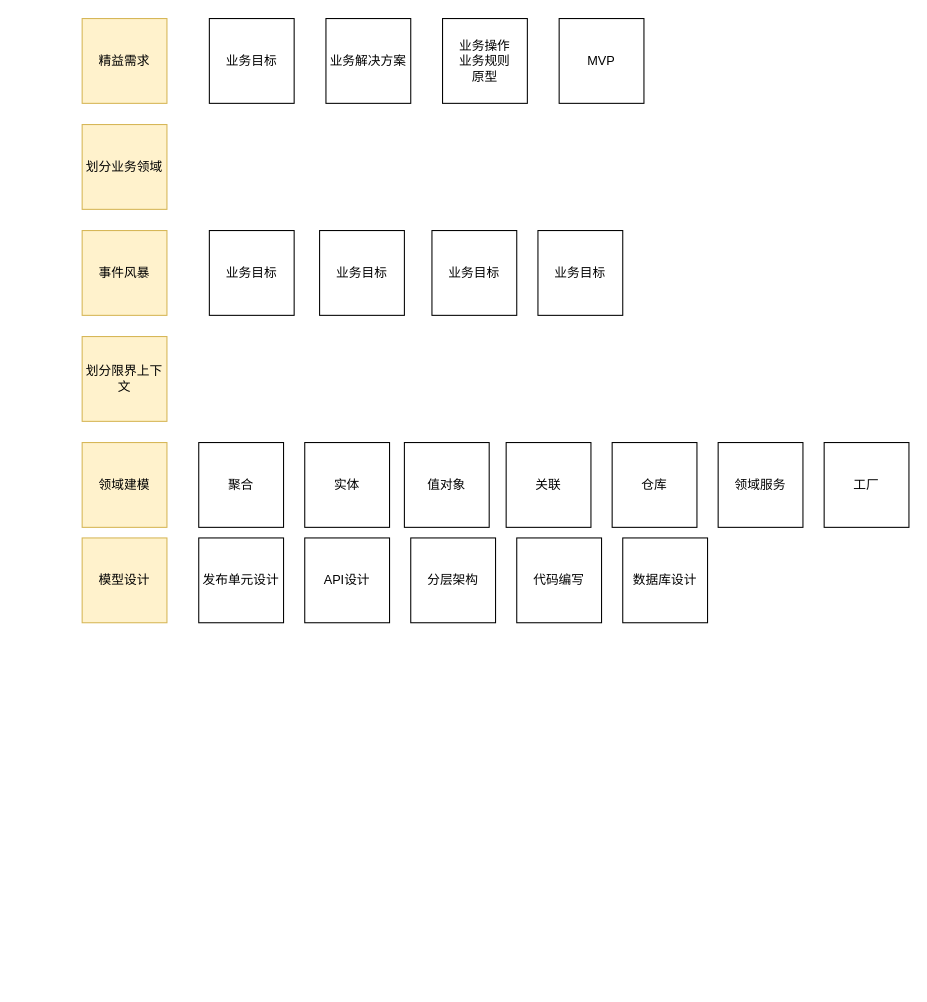
Earlier version of the draw.io diagram Untitled Diagram.drawio (cai123nb/architect-awesome). Source tidied: cells renumbered, new cells numbered last; positions are measured from the earlier drawing's top-left corner, leaving out a move shared by most shapes. Both pictures are drawn from the tidied source at 106%, with x=0, y=0 at pixel (82, 18).
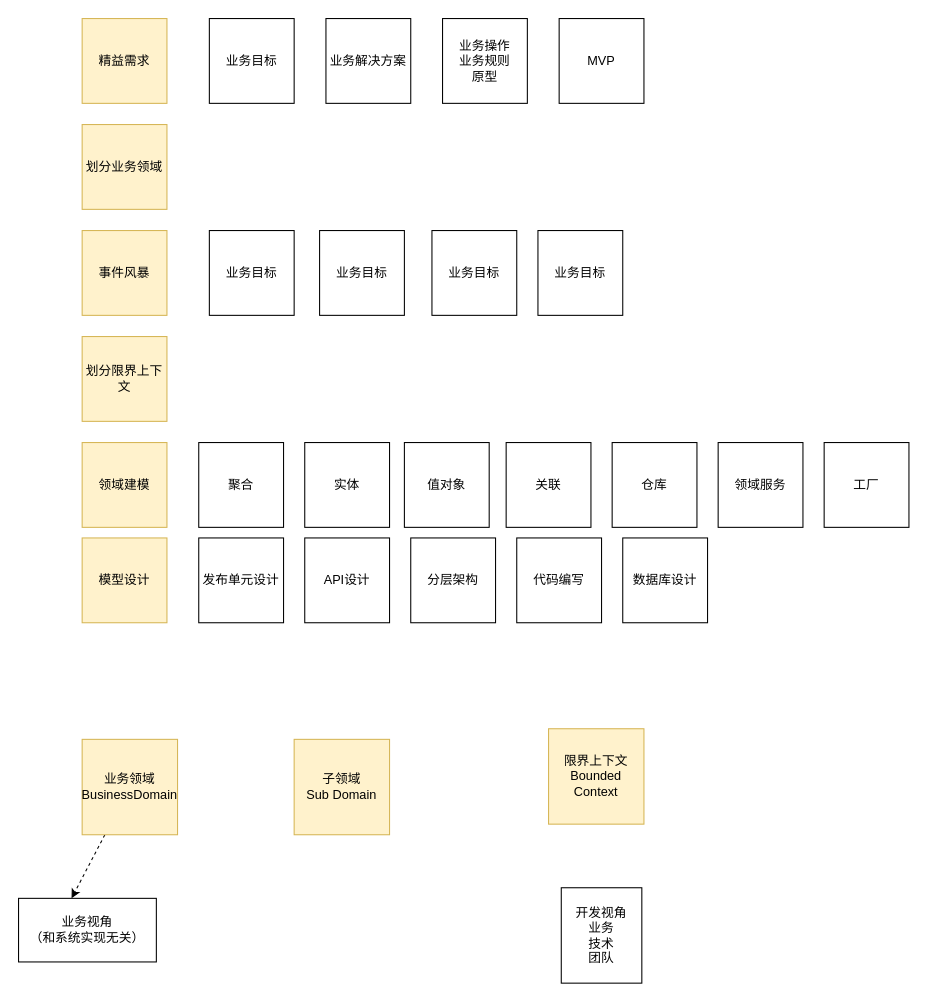
The same diagram, later.

What changed in the source:
```diff
@@
+    <mxCell id="28" style="rounded=0;jettySize=auto;html=1;dashed=1;" parent="1" edge="1" source="29">
+      <mxGeometry relative="1" as="geometry">
+        <mxPoint x="-10" y="830" as="targetPoint" />
+      </mxGeometry>
+    </mxCell>
+    <mxCell id="29" value="业务领域&lt;br&gt;BusinessDomain" style="whiteSpace=wrap;html=1;fillColor=#fff2cc;strokeColor=#d6b656;" parent="1" vertex="1">
+      <mxGeometry y="680" width="90" height="90" as="geometry" />
+    </mxCell>
+    <mxCell id="30" value="限界上下文&lt;br&gt;Bounded Context&lt;br&gt;" style="whiteSpace=wrap;html=1;fillColor=#fff2cc;strokeColor=#d6b656;" parent="1" vertex="1">
+      <mxGeometry x="440" y="670" width="90" height="90" as="geometry" />
+    </mxCell>
+    <mxCell id="31" value="开发视角&lt;br&gt;业务&lt;br&gt;技术&lt;br&gt;团队&lt;br&gt;" style="rounded=0;whiteSpace=wrap;html=1;" parent="1" vertex="1">
+      <mxGeometry x="452" y="820" width="76" height="90" as="geometry" />
+    </mxCell>
+    <mxCell id="32" value="业务视角&lt;br&gt;（和系统实现无关）" style="rounded=0;whiteSpace=wrap;html=1;" parent="1" vertex="1">
+      <mxGeometry x="-60" y="830" width="130" height="60" as="geometry" />
+    </mxCell>
+    <mxCell id="33" value="子领域&lt;br&gt;Sub Domain" style="whiteSpace=wrap;html=1;fillColor=#fff2cc;strokeColor=#d6b656;" parent="1" vertex="1">
+      <mxGeometry x="200" y="680" width="90" height="90" as="geometry" />
+    </mxCell>
```
